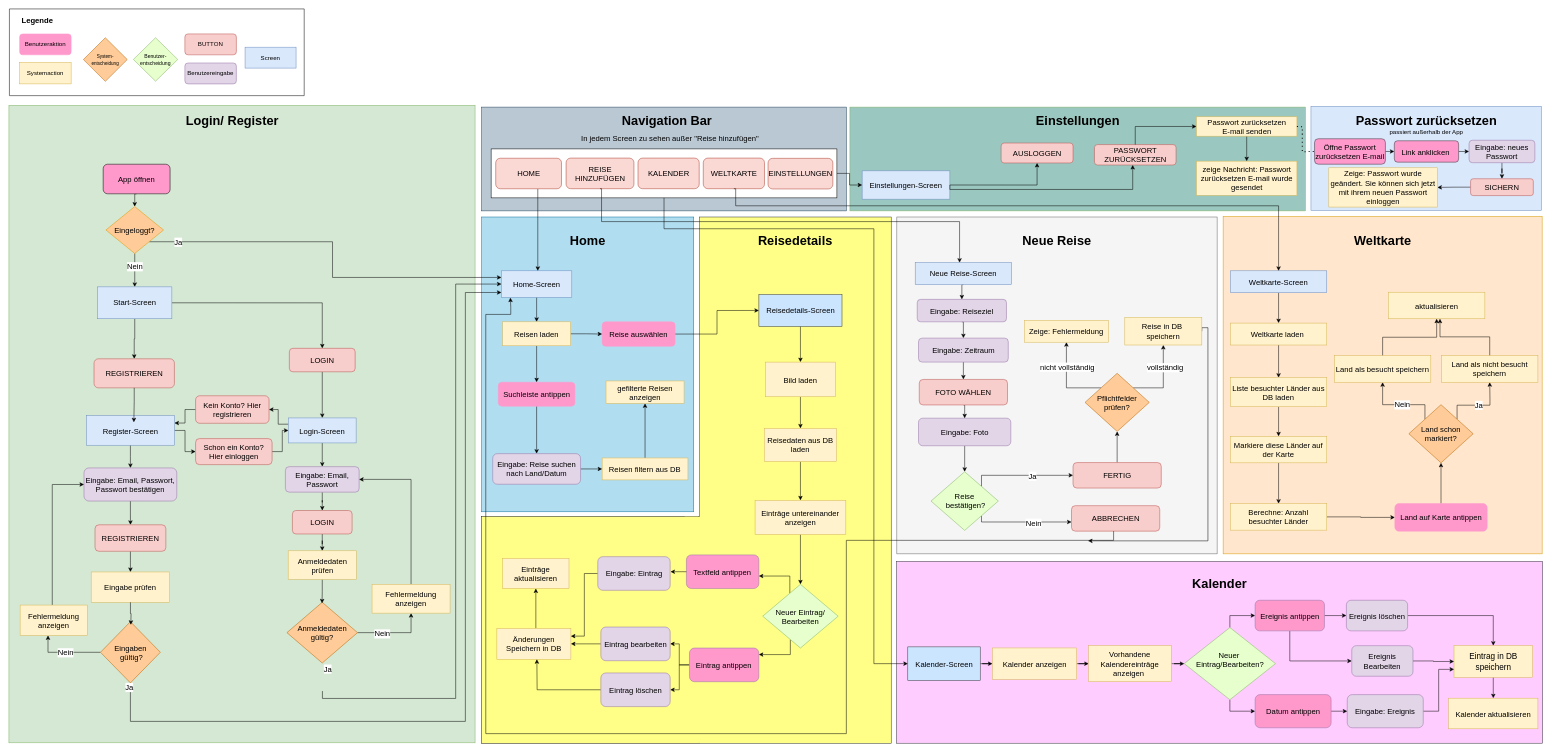
This is Ablaufdiagramm.drawio from Tiberja/MyTravel, a draw.io file, before an edit. Source tidied: cells renumbered, new cells numbered last; positions are measured from the earlier drawing's top-left corner, leaving out a move shared by most shapes. Both pictures are drawn from the tidied source at 51%, with x=0, y=0 at pixel (9, 9).
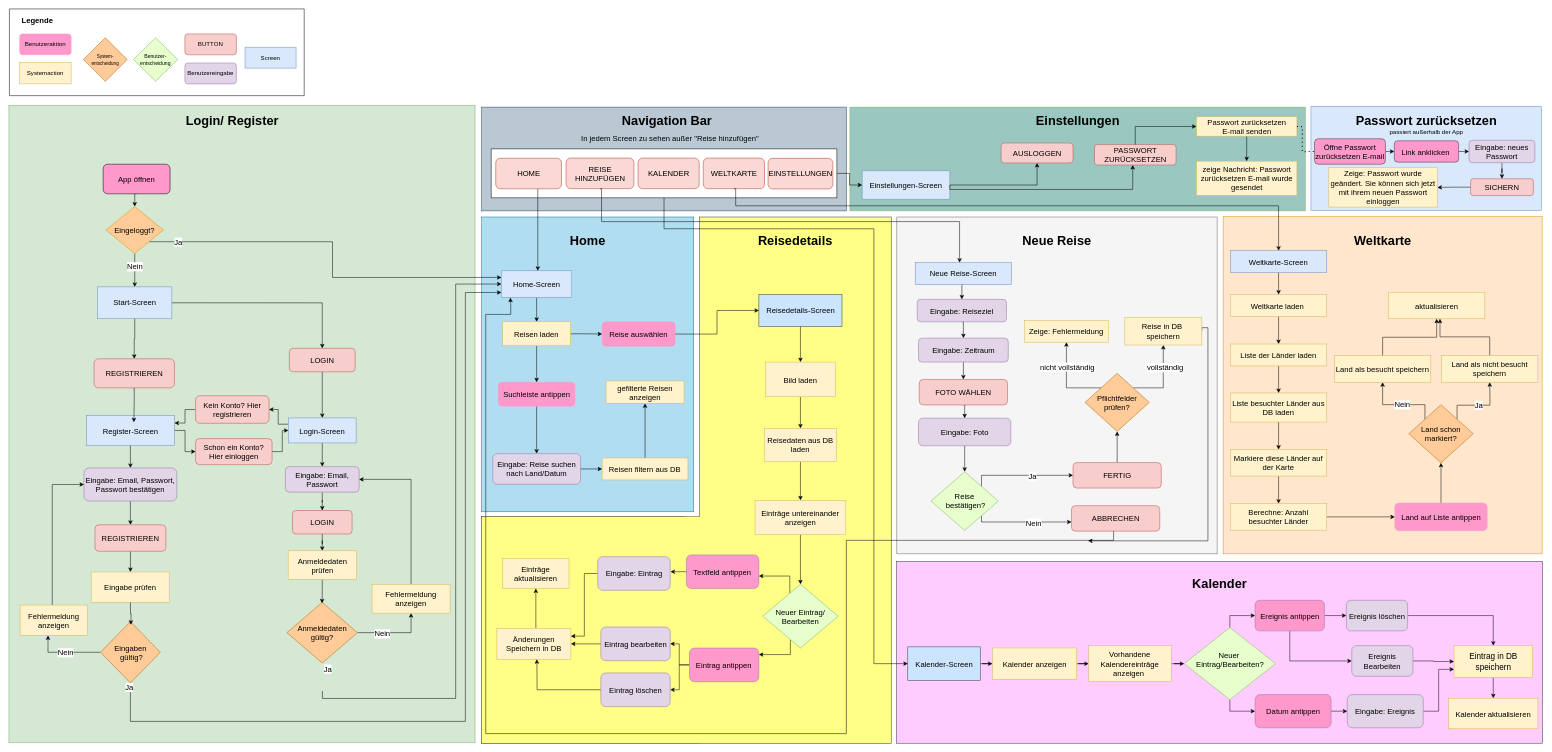
The same page after the edit.

Diff of the diagram source:
```diff
@@
     <mxCell id="89" value="&lt;font style=&quot;font-size: 15px;&quot;&gt;Weltkarte-Screen&lt;/font&gt;" style="rounded=0;whiteSpace=wrap;html=1;fillColor=#dae8fc;strokeColor=#6c8ebf;" parent="1" vertex="1">
-      <mxGeometry x="2395" y="513.5" width="189" height="43" as="geometry" />
+      <mxGeometry x="2395" y="474" width="189" height="43" as="geometry" />
     </mxCell>
@@
-    <mxCell id="91" style="edgeStyle=orthogonalEdgeStyle;rounded=0;jettySize=auto;html=1;exitX=0.5;exitY=1;exitDx=0;exitDy=0;entryX=0.5;entryY=0;entryDx=0;entryDy=0;" parent="1" edge="1" source="93" target="105">
+    <mxCell id="91" style="edgeStyle=orthogonalEdgeStyle;rounded=0;jettySize=auto;html=1;exitX=0.5;exitY=1;exitDx=0;exitDy=0;entryX=0.5;entryY=0;entryDx=0;entryDy=0;" parent="1" edge="1" source="93" target="223">
       <mxGeometry relative="1" as="geometry" />
     </mxCell>
@@
     <mxCell id="93" value="&lt;span style=&quot;font-size: 15px;&quot;&gt;Weltkarte laden&amp;nbsp;&lt;/span&gt;" style="rounded=0;whiteSpace=wrap;html=1;fillColor=#fff2cc;strokeColor=#d6b656;" parent="1" vertex="1">
-      <mxGeometry x="2395" y="616" width="189" height="43" as="geometry" />
+      <mxGeometry x="2395" y="560" width="189" height="43" as="geometry" />
     </mxCell>
@@
     <mxCell id="96" value="&lt;span style=&quot;font-size: 15px;&quot;&gt;Markiere diese Länder auf der Karte&lt;/span&gt;" style="rounded=0;whiteSpace=wrap;html=1;fillColor=#fff2cc;strokeColor=#d6b656;" parent="1" vertex="1">
-      <mxGeometry x="2395" y="838" width="189" height="52" as="geometry" />
+      <mxGeometry x="2395" y="864" width="189" height="52" as="geometry" />
     </mxCell>
@@
     <mxCell id="105" value="&lt;span style=&quot;font-size: 15px;&quot;&gt;Liste besuchter Länder aus DB laden&lt;/span&gt;" style="rounded=0;whiteSpace=wrap;html=1;fillColor=#fff2cc;strokeColor=#d6b656;" parent="1" vertex="1">
-      <mxGeometry x="2395" y="723" width="189" height="57" as="geometry" />
+      <mxGeometry x="2395" y="753" width="189" height="57" as="geometry" />
     </mxCell>
@@
-    <mxCell id="109" value="&lt;font style=&quot;font-size: 15px;&quot;&gt;Land auf Karte antippen&lt;/font&gt;" style="rounded=1;whiteSpace=wrap;html=1;strokeColor=#FF99CC;fillColor=#FF99CC;" parent="1" vertex="1">
-      <mxGeometry x="2717.5" y="970" width="181" height="54" as="geometry" />
+    <mxCell id="109" value="&lt;font style=&quot;font-size: 15px;&quot;&gt;Land auf Liste antippen&lt;/font&gt;" style="rounded=1;whiteSpace=wrap;html=1;strokeColor=#FF99CC;fillColor=#FF99CC;" parent="1" vertex="1">
+      <mxGeometry x="2717.5" y="969" width="181" height="54" as="geometry" />
     </mxCell>
@@
+    <mxCell id="222" style="edgeStyle=orthogonalEdgeStyle;rounded=0;jettySize=auto;html=1;exitX=0.5;exitY=1;exitDx=0;exitDy=0;" parent="1" edge="1" source="223" target="105">
+      <mxGeometry relative="1" as="geometry" />
+    </mxCell>
+    <mxCell id="223" value="&lt;span style=&quot;font-size: 15px;&quot;&gt;Liste der Länder laden&lt;/span&gt;" style="rounded=0;whiteSpace=wrap;html=1;fillColor=#fff2cc;strokeColor=#d6b656;" parent="1" vertex="1">
+      <mxGeometry x="2395" y="657" width="189" height="43" as="geometry" />
+    </mxCell>
```
